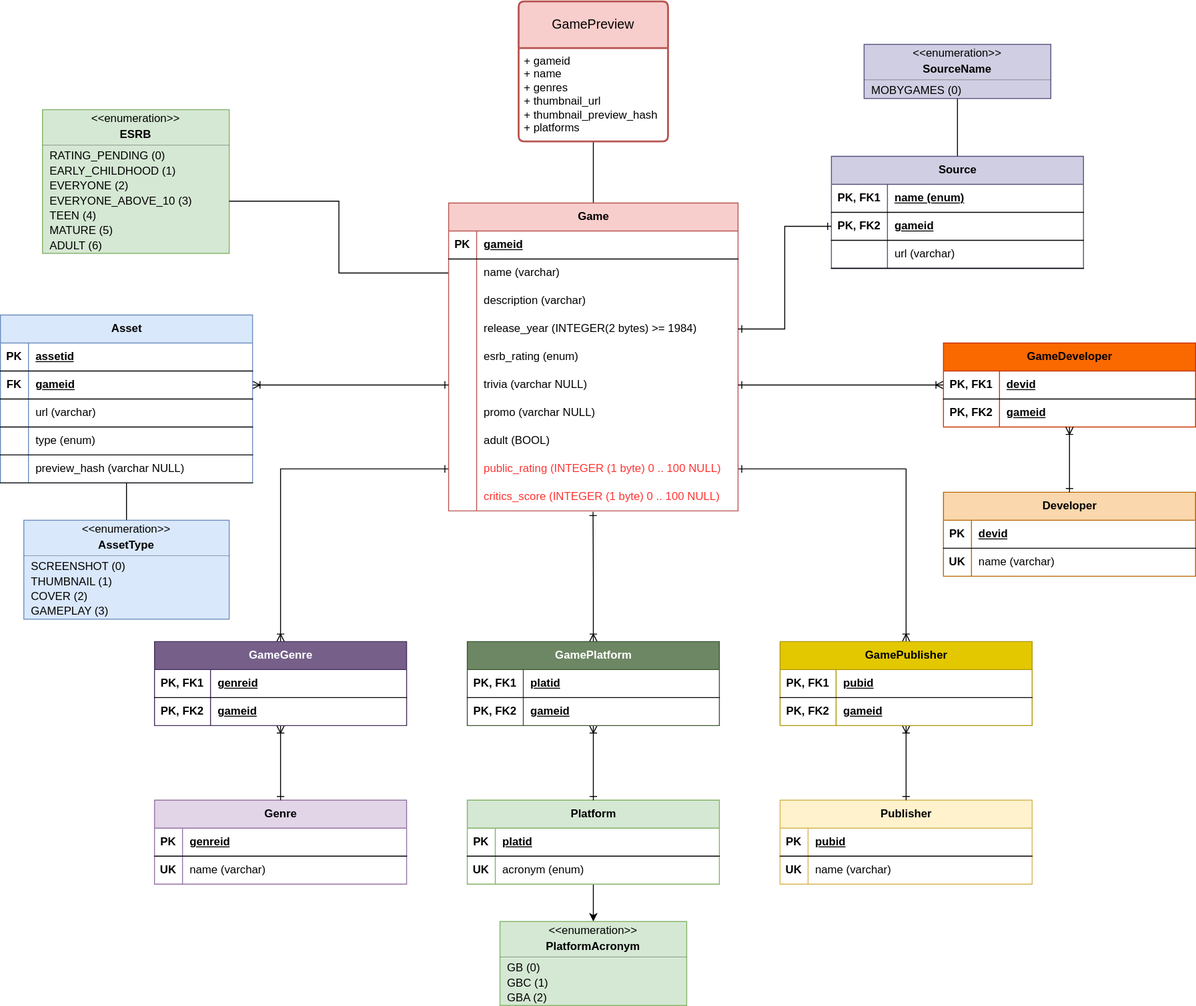
Above: database/schema.svg in freitzzz/gameboy-db-api (draw.io), before the change. Source tidied: cells renumbered, new cells last; positions are measured from the earlier drawing's top-left corner, leaving out a move shared by most shapes.
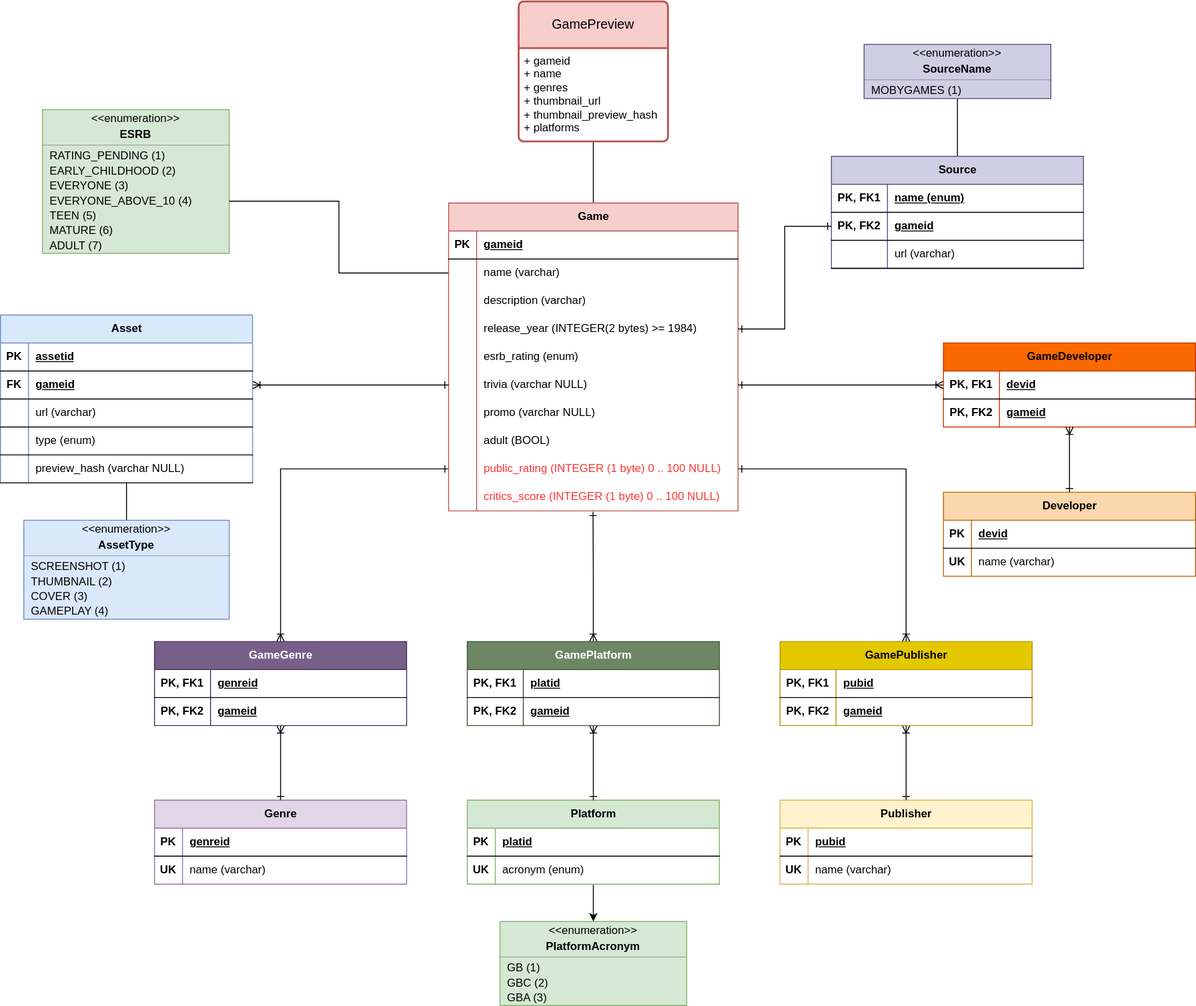
After the change.

Change to the diagram source:
```diff
@@ -165,25 +165,25 @@
     <mxCell id="54" style="line;strokeWidth=0.25;fillColor=none;align=left;verticalAlign=middle;spacingTop=-1;spacingLeft=3;spacingRight=3;labelPosition=right;" parent="51" vertex="1">
       <mxGeometry y="34" width="200" height="8" as="geometry" />
     </mxCell>
-    <mxCell id="55" value="RATING_PENDING (0)" style="html=1;align=left;spacing=0;spacingLeft=8;verticalAlign=middle;strokeColor=none;fillColor=none;whiteSpace=wrap;" parent="51" vertex="1">
+    <mxCell id="55" value="RATING_PENDING (1)" style="html=1;align=left;spacing=0;spacingLeft=8;verticalAlign=middle;strokeColor=none;fillColor=none;whiteSpace=wrap;" parent="51" vertex="1">
       <mxGeometry y="42" width="200" height="16" as="geometry" />
     </mxCell>
-    <mxCell id="56" value="EARLY_CHILDHOOD (1)" style="html=1;align=left;spacing=0;spacingLeft=8;verticalAlign=middle;strokeColor=none;fillColor=none;whiteSpace=wrap;" parent="51" vertex="1">
+    <mxCell id="56" value="EARLY_CHILDHOOD (2)" style="html=1;align=left;spacing=0;spacingLeft=8;verticalAlign=middle;strokeColor=none;fillColor=none;whiteSpace=wrap;" parent="51" vertex="1">
       <mxGeometry y="58" width="200" height="16" as="geometry" />
     </mxCell>
-    <mxCell id="57" value="EVERYONE (2)" style="html=1;align=left;spacing=0;spacingLeft=8;verticalAlign=middle;strokeColor=none;fillColor=none;whiteSpace=wrap;" parent="51" vertex="1">
+    <mxCell id="57" value="EVERYONE (3)" style="html=1;align=left;spacing=0;spacingLeft=8;verticalAlign=middle;strokeColor=none;fillColor=none;whiteSpace=wrap;" parent="51" vertex="1">
       <mxGeometry y="74" width="200" height="16" as="geometry" />
     </mxCell>
-    <mxCell id="58" value="EVERYONE_ABOVE_10 (3)" style="html=1;align=left;spacing=0;spacingLeft=8;verticalAlign=middle;strokeColor=none;fillColor=none;whiteSpace=wrap;" parent="51" vertex="1">
+    <mxCell id="58" value="EVERYONE_ABOVE_10 (4)" style="html=1;align=left;spacing=0;spacingLeft=8;verticalAlign=middle;strokeColor=none;fillColor=none;whiteSpace=wrap;" parent="51" vertex="1">
       <mxGeometry y="90" width="200" height="16" as="geometry" />
     </mxCell>
-    <mxCell id="59" value="TEEN (4)" style="html=1;align=left;spacing=0;spacingLeft=8;verticalAlign=middle;strokeColor=none;fillColor=none;whiteSpace=wrap;" parent="51" vertex="1">
+    <mxCell id="59" value="TEEN (5)" style="html=1;align=left;spacing=0;spacingLeft=8;verticalAlign=middle;strokeColor=none;fillColor=none;whiteSpace=wrap;" parent="51" vertex="1">
       <mxGeometry y="106" width="200" height="16" as="geometry" />
     </mxCell>
-    <mxCell id="60" value="MATURE (5)" style="html=1;align=left;spacing=0;spacingLeft=8;verticalAlign=middle;strokeColor=none;fillColor=none;whiteSpace=wrap;" parent="51" vertex="1">
+    <mxCell id="60" value="MATURE (6)" style="html=1;align=left;spacing=0;spacingLeft=8;verticalAlign=middle;strokeColor=none;fillColor=none;whiteSpace=wrap;" parent="51" vertex="1">
       <mxGeometry y="122" width="200" height="16" as="geometry" />
     </mxCell>
-    <mxCell id="61" value="ADULT (6)" style="html=1;align=left;spacing=0;spacingLeft=8;verticalAlign=middle;strokeColor=none;fillColor=none;whiteSpace=wrap;" parent="51" vertex="1">
+    <mxCell id="61" value="ADULT (7&lt;span style=&quot;background-color: transparent; color: light-dark(rgb(0, 0, 0), rgb(255, 255, 255));&quot;&gt;)&lt;/span&gt;" style="html=1;align=left;spacing=0;spacingLeft=8;verticalAlign=middle;strokeColor=none;fillColor=none;whiteSpace=wrap;" parent="51" vertex="1">
       <mxGeometry y="138" width="200" height="16" as="geometry" />
     </mxCell>
     <mxCell id="62" style="edgeStyle=orthogonalEdgeStyle;rounded=0;jettySize=auto;html=1;exitX=0;exitY=0.5;exitDx=0;exitDy=0;entryX=1;entryY=0.5;entryDx=0;entryDy=0;endArrow=none;startFill=0;" parent="1" edge="1" source="68" target="58">
@@ -409,16 +409,16 @@
     <mxCell id="132" style="line;strokeWidth=0.25;fillColor=none;align=left;verticalAlign=middle;spacingTop=-1;spacingLeft=3;spacingRight=3;labelPosition=right;" parent="129" vertex="1">
       <mxGeometry y="34" width="220" height="8" as="geometry" />
     </mxCell>
-    <mxCell id="133" value="SCREENSHOT (0)&lt;span style=&quot;white-space: pre;&quot;&gt;&#9;&lt;/span&gt;" style="html=1;align=left;spacing=0;spacingLeft=8;verticalAlign=middle;strokeColor=none;fillColor=none;whiteSpace=wrap;" parent="129" vertex="1">
+    <mxCell id="133" value="SCREENSHOT (1)&lt;span style=&quot;white-space: pre;&quot;&gt;&#9;&lt;/span&gt;" style="html=1;align=left;spacing=0;spacingLeft=8;verticalAlign=middle;strokeColor=none;fillColor=none;whiteSpace=wrap;" parent="129" vertex="1">
       <mxGeometry y="42" width="220" height="16" as="geometry" />
     </mxCell>
-    <mxCell id="134" value="THUMBNAIL (1)" style="html=1;align=left;spacing=0;spacingLeft=8;verticalAlign=middle;strokeColor=none;fillColor=none;whiteSpace=wrap;" parent="129" vertex="1">
+    <mxCell id="134" value="THUMBNAIL (2)" style="html=1;align=left;spacing=0;spacingLeft=8;verticalAlign=middle;strokeColor=none;fillColor=none;whiteSpace=wrap;" parent="129" vertex="1">
       <mxGeometry y="58" width="220" height="16" as="geometry" />
     </mxCell>
-    <mxCell id="135" value="COVER (2)" style="html=1;align=left;spacing=0;spacingLeft=8;verticalAlign=middle;strokeColor=none;fillColor=none;whiteSpace=wrap;" parent="129" vertex="1">
+    <mxCell id="135" value="COVER (3)" style="html=1;align=left;spacing=0;spacingLeft=8;verticalAlign=middle;strokeColor=none;fillColor=none;whiteSpace=wrap;" parent="129" vertex="1">
       <mxGeometry y="74" width="220" height="16" as="geometry" />
     </mxCell>
-    <mxCell id="136" value="GAMEPLAY (3&lt;span style=&quot;background-color: transparent; color: light-dark(rgb(0, 0, 0), rgb(255, 255, 255));&quot;&gt;)&lt;/span&gt;" style="html=1;align=left;spacing=0;spacingLeft=8;verticalAlign=middle;strokeColor=none;fillColor=none;whiteSpace=wrap;" parent="129" vertex="1">
+    <mxCell id="136" value="GAMEPLAY (4&lt;span style=&quot;background-color: transparent; color: light-dark(rgb(0, 0, 0), rgb(255, 255, 255));&quot;&gt;)&lt;/span&gt;" style="html=1;align=left;spacing=0;spacingLeft=8;verticalAlign=middle;strokeColor=none;fillColor=none;whiteSpace=wrap;" parent="129" vertex="1">
       <mxGeometry y="90" width="220" height="16" as="geometry" />
     </mxCell>
     <mxCell id="137" value="GamePreview" style="swimlane;horizontal=1;startSize=50;rounded=1;fontSize=14;fontStyle=0;strokeWidth=2;shadow=0;dashed=0;align=center;arcSize=4;whiteSpace=wrap;html=1;fillColor=#f8cecc;strokeColor=#b85450;" parent="1" vertex="1">
@@ -475,13 +475,13 @@
     <mxCell id="154" style="line;strokeWidth=0.25;fillColor=none;align=left;verticalAlign=middle;spacingTop=-1;spacingLeft=3;spacingRight=3;labelPosition=right;" parent="151" vertex="1">
       <mxGeometry y="34" width="200" height="8" as="geometry" />
     </mxCell>
-    <mxCell id="155" value="GB (0)" style="html=1;align=left;spacing=0;spacingLeft=8;verticalAlign=middle;strokeColor=none;fillColor=none;whiteSpace=wrap;" parent="151" vertex="1">
+    <mxCell id="155" value="GB (1)" style="html=1;align=left;spacing=0;spacingLeft=8;verticalAlign=middle;strokeColor=none;fillColor=none;whiteSpace=wrap;" parent="151" vertex="1">
       <mxGeometry y="42" width="200" height="16" as="geometry" />
     </mxCell>
-    <mxCell id="156" value="GBC (1)" style="html=1;align=left;spacing=0;spacingLeft=8;verticalAlign=middle;strokeColor=none;fillColor=none;whiteSpace=wrap;" parent="151" vertex="1">
+    <mxCell id="156" value="GBC (2)" style="html=1;align=left;spacing=0;spacingLeft=8;verticalAlign=middle;strokeColor=none;fillColor=none;whiteSpace=wrap;" parent="151" vertex="1">
       <mxGeometry y="58" width="200" height="16" as="geometry" />
     </mxCell>
-    <mxCell id="157" value="GBA (2)" style="html=1;align=left;spacing=0;spacingLeft=8;verticalAlign=middle;strokeColor=none;fillColor=none;whiteSpace=wrap;" parent="151" vertex="1">
+    <mxCell id="157" value="GBA (3)" style="html=1;align=left;spacing=0;spacingLeft=8;verticalAlign=middle;strokeColor=none;fillColor=none;whiteSpace=wrap;" parent="151" vertex="1">
       <mxGeometry y="74" width="200" height="16" as="geometry" />
     </mxCell>
     <mxCell id="158" style="fontStyle=1;align=center;verticalAlign=middle;horizontal=1;fillColor=#d0cee2;strokeColor=#56517e;" parent="1" vertex="1">
@@ -496,7 +496,7 @@
     <mxCell id="161" style="line;strokeWidth=0.25;fillColor=none;align=left;verticalAlign=middle;spacingTop=-1;spacingLeft=3;spacingRight=3;labelPosition=right;" parent="158" vertex="1">
       <mxGeometry y="34" width="200" height="8" as="geometry" />
     </mxCell>
-    <mxCell id="162" value="MOBYGAMES (0)" style="html=1;align=left;spacing=0;spacingLeft=8;verticalAlign=middle;strokeColor=none;fillColor=none;whiteSpace=wrap;" parent="158" vertex="1">
+    <mxCell id="162" value="MOBYGAMES (1)" style="html=1;align=left;spacing=0;spacingLeft=8;verticalAlign=middle;strokeColor=none;fillColor=none;whiteSpace=wrap;" parent="158" vertex="1">
       <mxGeometry y="42" width="200" height="16" as="geometry" />
     </mxCell>
   </root>
```
